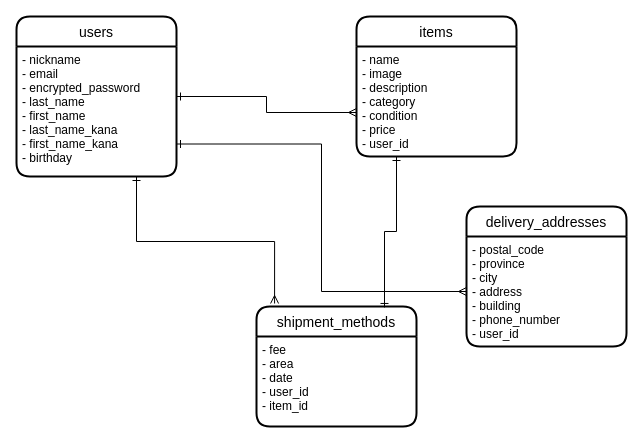
niwamei/furima-34305 keeps this draw.io diagram as furima.dio. Above is the earlier version. Source tidied: cells renumbered, new cells numbered last; positions are measured from the earlier drawing's top-left corner, leaving out a move shared by most shapes. Both pictures are drawn from the tidied source at 100%, with x=0, y=0 at pixel (16, 16).
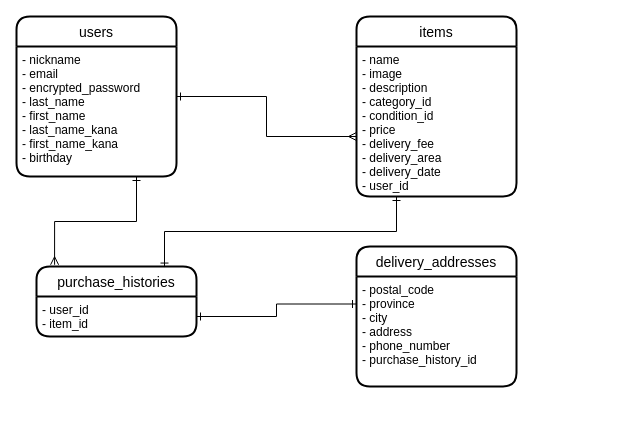
Above is the later version.

Commit message (it also covers changes not shown here):
データベース設計の修正２

What changed in the source:
```diff
@@
 <mxGraphModel>
   <root>
     <mxCell id="0" />
     <mxCell id="1" parent="0" />
     <mxCell id="2" style="edgeStyle=orthogonalEdgeStyle;rounded=0;jettySize=auto;html=1;entryX=0;entryY=0.6;entryDx=0;entryDy=0;entryPerimeter=0;endArrow=ERmany;endFill=0;startArrow=ERone;startFill=0;" parent="1" edge="1" source="3" target="7">
       <mxGeometry relative="1" as="geometry" />
     </mxCell>
     <mxCell id="3" value="users" style="swimlane;horizontal=1;startSize=30;rounded=1;fontSize=14;fontStyle=0;strokeWidth=2;shadow=0;dashed=0;align=center;" parent="1" vertex="1">
       <mxGeometry width="160" height="160" as="geometry" />
     </mxCell>
     <mxCell id="4" value="- nickname&#10;- email&#10;- encrypted_password&#10;- last_name&#10;- first_name&#10;- last_name_kana&#10;- first_name_kana&#10;- birthday" style="align=left;strokeColor=none;fillColor=none;spacingLeft=4;fontSize=12;verticalAlign=top;" parent="3" vertex="1">
       <mxGeometry y="30" width="160" height="130" as="geometry" />
     </mxCell>
     <mxCell id="5" style="edgeStyle=orthogonalEdgeStyle;rounded=0;orthogonalLoop=1;jettySize=auto;html=1;exitX=0.5;exitY=1;exitDx=0;exitDy=0;endArrow=ERmany;endFill=0;" parent="3" edge="1" source="4" target="4">
       <mxGeometry relative="1" as="geometry" />
     </mxCell>
     <mxCell id="6" value="items" style="swimlane;horizontal=1;startSize=30;rounded=1;fontSize=14;fontStyle=0;strokeWidth=2;shadow=0;dashed=0;align=center;" parent="1" vertex="1">
-      <mxGeometry x="340" width="160" height="140" as="geometry" />
+      <mxGeometry x="340" width="160" height="180" as="geometry" />
     </mxCell>
-    <mxCell id="7" value="- name&#10;- image&#10;- description&#10;- category&#10;- condition&#10;- price&#10;- user_id" style="align=left;strokeColor=none;fillColor=none;spacingLeft=4;fontSize=12;verticalAlign=top;" parent="6" vertex="1">
-      <mxGeometry y="30" width="160" height="110" as="geometry" />
+    <mxCell id="7" value="- name&#10;- image&#10;- description&#10;- category_id&#10;- condition_id&#10;- price&#10;- delivery_fee&#10;- delivery_area&#10;- delivery_date&#10;- user_id" style="align=left;strokeColor=none;fillColor=none;spacingLeft=4;fontSize=12;verticalAlign=top;" parent="6" vertex="1">
+      <mxGeometry y="30" width="160" height="150" as="geometry" />
     </mxCell>
     <mxCell id="8" value="delivery_addresses" style="swimlane;horizontal=1;startSize=30;rounded=1;fontSize=14;fontStyle=0;strokeWidth=2;shadow=0;dashed=0;align=center;" parent="1" vertex="1">
-      <mxGeometry x="450" y="190" width="160" height="140" as="geometry" />
+      <mxGeometry x="340" y="230" width="160" height="140" as="geometry" />
     </mxCell>
-    <mxCell id="9" value="- postal_code&#10;- province&#10;- city&#10;- address&#10;- building&#10;- phone_number&#10;- user_id" style="align=left;strokeColor=none;fillColor=none;spacingLeft=4;fontSize=12;verticalAlign=top;" parent="8" vertex="1">
+    <mxCell id="9" value="- postal_code&#10;- province&#10;- city&#10;- address&#10;- phone_number&#10;- purchase_history_id" style="align=left;strokeColor=none;fillColor=none;spacingLeft=4;fontSize=12;verticalAlign=top;" parent="8" vertex="1">
       <mxGeometry y="30" width="160" height="110" as="geometry" />
     </mxCell>
-    <mxCell id="10" value="shipment_methods" style="swimlane;horizontal=1;startSize=30;rounded=1;fontSize=14;fontStyle=0;strokeWidth=2;shadow=0;dashed=0;align=center;" parent="1" vertex="1">
-      <mxGeometry x="240" y="290" width="160" height="120" as="geometry" />
+    <mxCell id="10" value="purchase_histories" style="swimlane;horizontal=1;startSize=30;rounded=1;fontSize=14;fontStyle=0;strokeWidth=2;shadow=0;dashed=0;align=center;" parent="1" vertex="1">
+      <mxGeometry x="20" y="250" width="160" height="70" as="geometry" />
     </mxCell>
-    <mxCell id="11" value="- fee&#10;- area&#10;- date&#10;- user_id&#10;- item_id" style="align=left;strokeColor=none;fillColor=none;spacingLeft=4;fontSize=12;verticalAlign=top;" parent="10" vertex="1">
-      <mxGeometry y="30" width="160" height="90" as="geometry" />
+    <mxCell id="11" value="- user_id&#10;- item_id" style="align=left;strokeColor=none;fillColor=none;spacingLeft=4;fontSize=12;verticalAlign=top;" parent="10" vertex="1">
+      <mxGeometry y="30" width="160" height="40" as="geometry" />
     </mxCell>
     <mxCell id="12" style="edgeStyle=orthogonalEdgeStyle;rounded=0;jettySize=auto;html=1;exitX=0.25;exitY=1;exitDx=0;exitDy=0;entryX=0.8;entryY=0.008;entryDx=0;entryDy=0;entryPerimeter=0;endArrow=ERone;endFill=0;startArrow=ERone;startFill=0;" parent="1" edge="1" source="7" target="10">
       <mxGeometry relative="1" as="geometry" />
     </mxCell>
-    <mxCell id="13" style="edgeStyle=orthogonalEdgeStyle;rounded=0;jettySize=auto;html=1;exitX=1;exitY=0.75;exitDx=0;exitDy=0;entryX=0;entryY=0.5;entryDx=0;entryDy=0;startArrow=ERone;startFill=0;endArrow=ERmany;endFill=0;" parent="1" edge="1" source="4" target="9">
-      <mxGeometry relative="1" as="geometry" />
-    </mxCell>
     <mxCell id="14" style="edgeStyle=orthogonalEdgeStyle;rounded=0;jettySize=auto;html=1;exitX=0.75;exitY=1;exitDx=0;exitDy=0;entryX=0.113;entryY=-0.025;entryDx=0;entryDy=0;entryPerimeter=0;startArrow=ERone;startFill=0;endArrow=ERmany;endFill=0;" parent="1" edge="1" source="4" target="10">
       <mxGeometry relative="1" as="geometry" />
     </mxCell>
+    <mxCell id="15" style="edgeStyle=orthogonalEdgeStyle;rounded=0;jettySize=auto;html=1;exitX=1;exitY=0.5;exitDx=0;exitDy=0;entryX=0;entryY=0.25;entryDx=0;entryDy=0;endArrow=ERone;endFill=0;startArrow=ERone;startFill=0;" parent="1" edge="1" source="11" target="9">
+      <mxGeometry relative="1" as="geometry" />
+    </mxCell>
   </root>
 </mxGraphModel>
```
